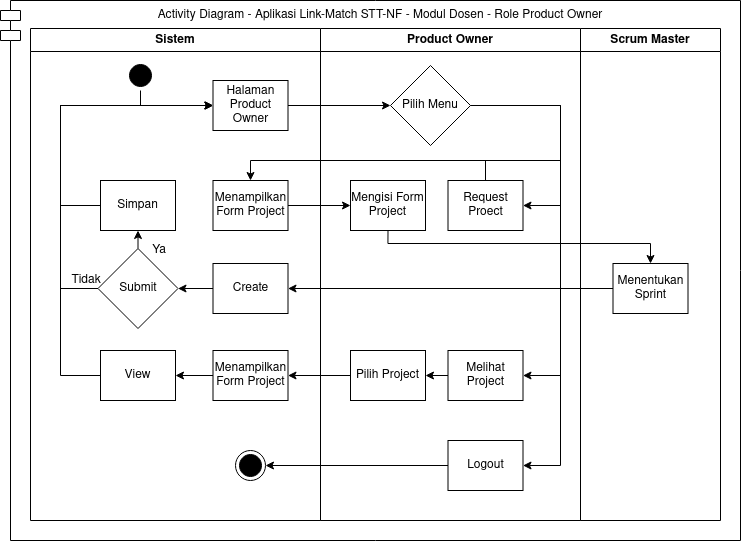
Earlier version of the draw.io export 1. Skripsi/Gambar/Gambar 4.10 Activity Diagram Role Product Owner.png (mazharrasyad/Tugas-Akhir-S1). Source tidied: cells renumbered, new cells last; positions are measured from the earlier drawing's top-left corner, leaving out a move shared by most shapes.
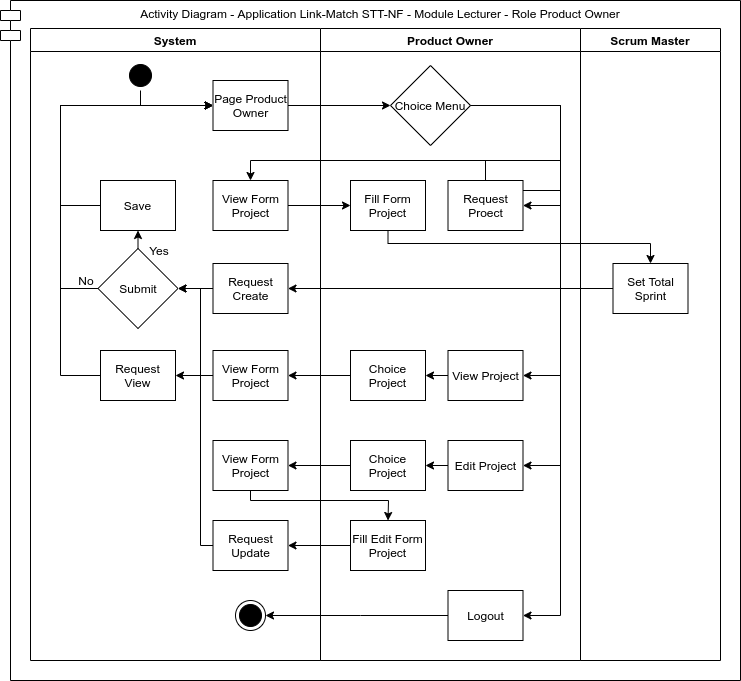
Above is the later version.

The edit, as a diff of the source:
```diff
@@ -2,40 +2,40 @@
   <root>
     <mxCell id="0" />
     <mxCell id="1" parent="0" />
-    <mxCell id="2" value="Activity Diagram - Aplikasi Link-Match STT-NF - Modul Dosen - Role Product Owner" style="shape=module;align=left;spacingLeft=20;align=center;verticalAlign=top;strokeColor=#000000;" parent="1" vertex="1">
-      <mxGeometry width="740" height="540" as="geometry" />
+    <mxCell id="2" value="Activity Diagram - Application Link-Match STT-NF - Module Lecturer - Role Product Owner" style="shape=module;align=left;spacingLeft=20;align=center;verticalAlign=top;strokeColor=#000000;" parent="1" vertex="1">
+      <mxGeometry width="740" height="680" as="geometry" />
     </mxCell>
     <mxCell id="3" value="Product Owner" style="swimlane;whiteSpace=wrap;" parent="1" vertex="1">
-      <mxGeometry x="320" y="28" width="260" height="492" as="geometry" />
+      <mxGeometry x="320" y="28" width="260" height="632" as="geometry" />
     </mxCell>
-    <mxCell id="4" value="Pilih Project" style="html=1;whiteSpace=wrap;" parent="3" vertex="1">
+    <mxCell id="4" value="Choice Project" style="html=1;whiteSpace=wrap;" parent="3" vertex="1">
       <mxGeometry x="30" y="322" width="75" height="50" as="geometry" />
     </mxCell>
-    <mxCell id="5" value="Melihat Project" style="html=1;whiteSpace=wrap;" parent="3" vertex="1">
+    <mxCell id="5" value="View Project" style="html=1;whiteSpace=wrap;" parent="3" vertex="1">
       <mxGeometry x="127.5" y="322" width="75" height="50" as="geometry" />
     </mxCell>
     <mxCell id="6" style="edgeStyle=orthogonalEdgeStyle;rounded=0;jettySize=auto;html=1;exitX=0;exitY=0.5;exitDx=0;exitDy=0;" parent="3" edge="1" source="5" target="4">
       <mxGeometry relative="1" as="geometry" />
     </mxCell>
-    <mxCell id="7" value="Sistem" style="swimlane;whiteSpace=wrap;swimlaneLine=1;" parent="1" vertex="1">
-      <mxGeometry x="30" y="28" width="290" height="492" as="geometry" />
+    <mxCell id="7" value="System" style="swimlane;whiteSpace=wrap;swimlaneLine=1;" parent="1" vertex="1">
+      <mxGeometry x="30" y="28" width="290" height="632" as="geometry" />
     </mxCell>
-    <mxCell id="8" value="Create" style="html=1;whiteSpace=wrap;" parent="7" vertex="1">
+    <mxCell id="8" value="Request Create" style="html=1;whiteSpace=wrap;" parent="7" vertex="1">
       <mxGeometry x="182.5" y="235" width="75" height="50" as="geometry" />
     </mxCell>
-    <mxCell id="9" value="Ya" style="text;html=1;strokeColor=none;fillColor=none;align=center;verticalAlign=middle;whiteSpace=wrap;rounded=0;" parent="7" vertex="1">
+    <mxCell id="9" value="Yes" style="text;html=1;strokeColor=none;fillColor=none;align=center;verticalAlign=middle;whiteSpace=wrap;rounded=0;" parent="7" vertex="1">
       <mxGeometry x="100" y="212" width="57.5" height="20" as="geometry" />
     </mxCell>
-    <mxCell id="10" value="Simpan" style="html=1;whiteSpace=wrap;" parent="7" vertex="1">
+    <mxCell id="10" value="Save" style="html=1;whiteSpace=wrap;" parent="7" vertex="1">
       <mxGeometry x="70" y="152" width="75" height="50" as="geometry" />
     </mxCell>
     <mxCell id="11" style="edgeStyle=orthogonalEdgeStyle;rounded=0;jettySize=auto;html=1;exitX=0;exitY=0.5;exitDx=0;exitDy=0;entryX=1;entryY=0.5;entryDx=0;entryDy=0;" parent="7" edge="1" source="12" target="13">
       <mxGeometry relative="1" as="geometry" />
     </mxCell>
-    <mxCell id="12" value="Menampilkan Form Project" style="html=1;whiteSpace=wrap;" parent="7" vertex="1">
+    <mxCell id="12" value="View Form Project" style="html=1;whiteSpace=wrap;" parent="7" vertex="1">
       <mxGeometry x="182.5" y="322" width="75" height="50" as="geometry" />
     </mxCell>
-    <mxCell id="13" value="View" style="html=1;whiteSpace=wrap;" parent="7" vertex="1">
+    <mxCell id="13" value="Request View" style="html=1;whiteSpace=wrap;" parent="7" vertex="1">
       <mxGeometry x="70" y="322" width="75" height="50" as="geometry" />
     </mxCell>
     <mxCell id="14" style="edgeStyle=orthogonalEdgeStyle;rounded=0;jettySize=auto;html=1;exitX=1;exitY=0.5;exitDx=0;exitDy=0;entryX=1;entryY=0.5;entryDx=0;entryDy=0;" parent="1" edge="1" source="17" target="18">
@@ -55,15 +55,16 @@
         </Array>
       </mxGeometry>
     </mxCell>
-    <mxCell id="16" style="edgeStyle=orthogonalEdgeStyle;rounded=0;jettySize=auto;html=1;exitX=1;exitY=0.5;exitDx=0;exitDy=0;entryX=1;entryY=0.5;entryDx=0;entryDy=0;" parent="1" edge="1" source="17" target="23">
+    <mxCell id="16" style="edgeStyle=orthogonalEdgeStyle;rounded=0;jettySize=auto;html=1;exitX=1;exitY=0.5;exitDx=0;exitDy=0;entryX=1;entryY=0.5;entryDx=0;entryDy=0;" parent="1" edge="1" target="23">
       <mxGeometry relative="1" as="geometry">
+        <mxPoint x="470" y="190" as="sourcePoint" />
         <Array as="points">
-          <mxPoint x="560" y="105" />
-          <mxPoint x="560" y="465" />
+          <mxPoint x="560" y="190" />
+          <mxPoint x="560" y="615" />
         </Array>
       </mxGeometry>
     </mxCell>
-    <mxCell id="17" value="Pilih Menu" style="rhombus;whiteSpace=wrap;html=1;strokeColor=#000000;" parent="1" vertex="1">
+    <mxCell id="17" value="Choice Menu" style="rhombus;whiteSpace=wrap;html=1;strokeColor=#000000;" parent="1" vertex="1">
       <mxGeometry x="390" y="65" width="80" height="80" as="geometry" />
     </mxCell>
     <mxCell id="18" value="Request Proect" style="html=1;whiteSpace=wrap;" parent="1" vertex="1">
@@ -83,11 +84,11 @@
     <mxCell id="21" value="Submit" style="rhombus;whiteSpace=wrap;html=1;strokeColor=#000000;" parent="1" vertex="1">
       <mxGeometry x="97.5" y="248" width="80" height="80" as="geometry" />
     </mxCell>
-    <mxCell id="22" value="Tidak" style="text;html=1;strokeColor=none;fillColor=none;align=center;verticalAlign=middle;whiteSpace=wrap;rounded=0;" parent="1" vertex="1">
+    <mxCell id="22" value="No" style="text;html=1;strokeColor=none;fillColor=none;align=center;verticalAlign=middle;whiteSpace=wrap;rounded=0;" parent="1" vertex="1">
       <mxGeometry x="75.2" y="270" width="22.2" height="20" as="geometry" />
     </mxCell>
     <mxCell id="23" value="Logout" style="html=1;whiteSpace=wrap;" parent="1" vertex="1">
-      <mxGeometry x="447.5" y="440" width="75" height="50" as="geometry" />
+      <mxGeometry x="447.5" y="590" width="75" height="50" as="geometry" />
     </mxCell>
     <mxCell id="24" style="edgeStyle=orthogonalEdgeStyle;rounded=0;jettySize=auto;html=1;exitX=0.5;exitY=1;exitDx=0;exitDy=0;entryX=0.5;entryY=0;entryDx=0;entryDy=0;" parent="1" edge="1" source="25" target="38">
       <mxGeometry relative="1" as="geometry">
@@ -97,17 +98,22 @@
         </Array>
       </mxGeometry>
     </mxCell>
-    <mxCell id="25" value="Mengisi Form Project" style="html=1;whiteSpace=wrap;" parent="1" vertex="1">
+    <mxCell id="25" value="Fill Form Project" style="html=1;whiteSpace=wrap;" parent="1" vertex="1">
       <mxGeometry x="350" y="180" width="75" height="50" as="geometry" />
     </mxCell>
     <mxCell id="26" style="edgeStyle=orthogonalEdgeStyle;rounded=0;jettySize=auto;html=1;exitX=1;exitY=0.5;exitDx=0;exitDy=0;entryX=0;entryY=0.5;entryDx=0;entryDy=0;" parent="1" edge="1" source="30" target="17">
       <mxGeometry relative="1" as="geometry" />
     </mxCell>
     <mxCell id="27" style="edgeStyle=orthogonalEdgeStyle;rounded=0;jettySize=auto;html=1;exitX=0;exitY=0.5;exitDx=0;exitDy=0;entryX=1;entryY=0.5;entryDx=0;entryDy=0;" parent="1" edge="1" source="23" target="28">
-      <mxGeometry relative="1" as="geometry" />
+      <mxGeometry relative="1" as="geometry">
+        <Array as="points">
+          <mxPoint x="360" y="615" />
+          <mxPoint x="360" y="615" />
+        </Array>
+      </mxGeometry>
     </mxCell>
     <mxCell id="28" style="ellipse;html=1;shape=endState;fillColor=#000000;" parent="1" vertex="1">
-      <mxGeometry x="235" y="450" width="30" height="30" as="geometry" />
+      <mxGeometry x="235" y="600" width="30" height="30" as="geometry" />
     </mxCell>
     <mxCell id="29" style="edgeStyle=orthogonalEdgeStyle;rounded=0;jettySize=auto;html=1;exitX=0.5;exitY=1;exitDx=0;exitDy=0;entryX=0;entryY=0.5;entryDx=0;entryDy=0;" parent="1" edge="1" source="36" target="30">
       <mxGeometry relative="1" as="geometry">
@@ -116,10 +122,10 @@
         </Array>
       </mxGeometry>
     </mxCell>
-    <mxCell id="30" value="&lt;div&gt;Halaman Product Owner&lt;/div&gt;" style="html=1;whiteSpace=wrap;" parent="1" vertex="1">
+    <mxCell id="30" value="&lt;div&gt;Page Product Owner&lt;/div&gt;" style="html=1;whiteSpace=wrap;" parent="1" vertex="1">
       <mxGeometry x="212.5" y="80" width="75" height="50" as="geometry" />
     </mxCell>
-    <mxCell id="31" value="Menampilkan Form Project" style="html=1;whiteSpace=wrap;" parent="1" vertex="1">
+    <mxCell id="31" value="View Form Project" style="html=1;whiteSpace=wrap;" parent="1" vertex="1">
       <mxGeometry x="212.5" y="180" width="75" height="50" as="geometry" />
     </mxCell>
     <mxCell id="32" style="edgeStyle=orthogonalEdgeStyle;rounded=0;jettySize=auto;html=1;exitX=0;exitY=0.5;exitDx=0;exitDy=0;entryX=0;entryY=0.5;entryDx=0;entryDy=0;" parent="1" edge="1" source="13" target="30">
@@ -143,9 +149,9 @@
       <mxGeometry x="125" y="60" width="30" height="30" as="geometry" />
     </mxCell>
     <mxCell id="37" value="Scrum Master" style="swimlane;whiteSpace=wrap;" parent="1" vertex="1">
-      <mxGeometry x="580" y="28" width="140" height="492" as="geometry" />
+      <mxGeometry x="580" y="28" width="140" height="632" as="geometry" />
     </mxCell>
-    <mxCell id="38" value="Menentukan Sprint" style="html=1;whiteSpace=wrap;" parent="37" vertex="1">
+    <mxCell id="38" value="Set Total Sprint" style="html=1;whiteSpace=wrap;" parent="37" vertex="1">
       <mxGeometry x="32.5" y="235" width="75" height="50" as="geometry" />
     </mxCell>
     <mxCell id="39" style="edgeStyle=orthogonalEdgeStyle;rounded=0;jettySize=auto;html=1;exitX=0;exitY=0.5;exitDx=0;exitDy=0;entryX=1;entryY=0.5;entryDx=0;entryDy=0;" parent="1" edge="1" source="8" target="21">
@@ -162,5 +168,54 @@
         </Array>
       </mxGeometry>
     </mxCell>
+    <mxCell id="42" style="edgeStyle=orthogonalEdgeStyle;rounded=0;jettySize=auto;html=1;" parent="1" edge="1" source="43" target="47">
+      <mxGeometry relative="1" as="geometry" />
+    </mxCell>
+    <mxCell id="43" value="Choice Project" style="html=1;whiteSpace=wrap;" parent="1" vertex="1">
+      <mxGeometry x="350" y="440" width="75" height="50" as="geometry" />
+    </mxCell>
+    <mxCell id="44" style="edgeStyle=orthogonalEdgeStyle;rounded=0;jettySize=auto;html=1;" parent="1" edge="1" source="45" target="43">
+      <mxGeometry relative="1" as="geometry" />
+    </mxCell>
+    <mxCell id="45" value="Edit Project" style="html=1;whiteSpace=wrap;" parent="1" vertex="1">
+      <mxGeometry x="447.5" y="440" width="75" height="50" as="geometry" />
+    </mxCell>
+    <mxCell id="46" style="endArrow=classic;html=1;exitX=1;exitY=0.5;exitDx=0;exitDy=0;entryX=1;entryY=0.5;entryDx=0;entryDy=0;rounded=0;" parent="1" edge="1" source="17" target="45">
+      <mxGeometry relative="1" as="geometry">
+        <Array as="points">
+          <mxPoint x="560" y="105" />
+          <mxPoint x="560" y="465" />
+        </Array>
+      </mxGeometry>
+    </mxCell>
+    <mxCell id="47" value="View Form Project" style="html=1;whiteSpace=wrap;" parent="1" vertex="1">
+      <mxGeometry x="212.5" y="440" width="75" height="50" as="geometry" />
+    </mxCell>
+    <mxCell id="48" style="edgeStyle=orthogonalEdgeStyle;rounded=0;jettySize=auto;html=1;" parent="1" edge="1" source="49" target="51">
+      <mxGeometry relative="1" as="geometry" />
+    </mxCell>
+    <mxCell id="49" value="Fill Edit Form Project" style="html=1;whiteSpace=wrap;" parent="1" vertex="1">
+      <mxGeometry x="350" y="520" width="75" height="50" as="geometry" />
+    </mxCell>
+    <mxCell id="50" style="endArrow=classic;html=1;exitX=0.5;exitY=1;exitDx=0;exitDy=0;entryX=0.5;entryY=0;entryDx=0;entryDy=0;rounded=0;" parent="1" edge="1" source="47" target="49">
+      <mxGeometry relative="1" as="geometry">
+        <Array as="points">
+          <mxPoint x="250" y="500" />
+          <mxPoint x="320" y="500" />
+          <mxPoint x="388" y="500" />
+        </Array>
+      </mxGeometry>
+    </mxCell>
+    <mxCell id="51" value="Request Update" style="html=1;whiteSpace=wrap;" parent="1" vertex="1">
+      <mxGeometry x="212.5" y="520" width="75" height="50" as="geometry" />
+    </mxCell>
+    <mxCell id="52" style="endArrow=classic;html=1;exitX=0;exitY=0.5;exitDx=0;exitDy=0;entryX=1;entryY=0.5;entryDx=0;entryDy=0;rounded=0;" parent="1" edge="1" source="51" target="21">
+      <mxGeometry relative="1" as="geometry">
+        <Array as="points">
+          <mxPoint x="200" y="545" />
+          <mxPoint x="200" y="288" />
+        </Array>
+      </mxGeometry>
+    </mxCell>
   </root>
 </mxGraphModel>
```
